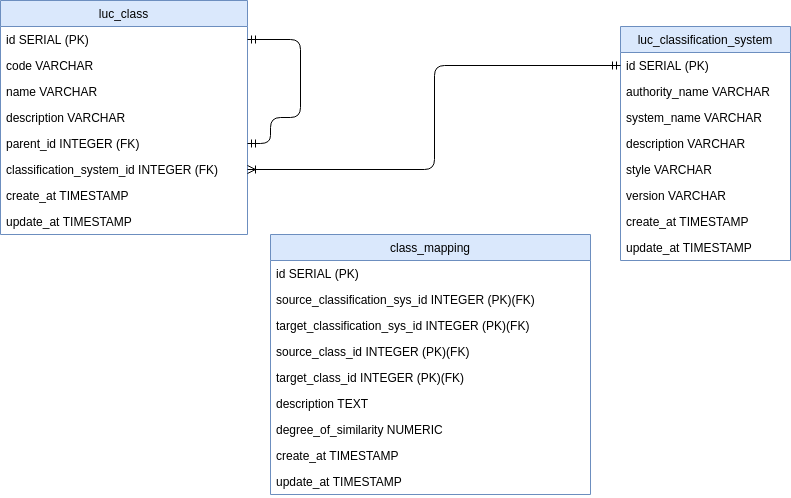
The draw.io diagram doc/spec/lccs_database.png in brazil-data-cube/lccs-db, before a commit. Source tidied: cells renumbered, new cells last; positions are measured from the earlier drawing's top-left corner, leaving out a move shared by most shapes.
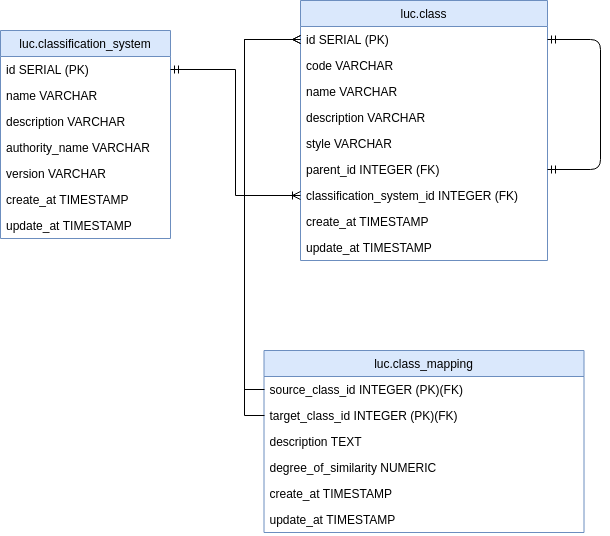
Later version of the same file.

The edit, as a diff of the source:
```diff
@@ -2,102 +2,97 @@
   <root>
     <mxCell id="0" />
     <mxCell id="1" parent="0" />
-    <mxCell id="2" value="luc_classification_system" style="swimlane;fontStyle=0;horizontal=1;startSize=26;fillColor=#dae8fc;labelBackgroundColor=none;strokeColor=#6c8ebf;" parent="1" vertex="1">
-      <mxGeometry x="620" y="26" width="170" height="234" as="geometry" />
-    </mxCell>
+    <mxCell id="32" value="luc.classification_system" style="swimlane;fontStyle=0;horizontal=1;startSize=26;fillColor=#dae8fc;labelBackgroundColor=none;strokeColor=#6c8ebf;" parent="1" vertex="1">
+      <mxGeometry x="-10" y="20" width="170" height="208" as="geometry" />
+    </mxCell>
-    <mxCell id="3" value="id SERIAL (PK)" style="text;strokeColor=none;fillColor=none;align=left;verticalAlign=top;spacingLeft=4;spacingRight=4;overflow=hidden;points=[[0,0.5],[1,0.5]];portConstraint=eastwest;" parent="2" vertex="1">
+    <mxCell id="3" value="id SERIAL (PK)" style="text;strokeColor=none;fillColor=none;align=left;verticalAlign=top;spacingLeft=4;spacingRight=4;overflow=hidden;points=[[0,0.5],[1,0.5]];portConstraint=eastwest;" parent="32" vertex="1">
       <mxGeometry y="26" width="170" height="26" as="geometry" />
     </mxCell>
+    <mxCell id="33" value="name VARCHAR&#10;" style="text;strokeColor=none;fillColor=none;align=left;verticalAlign=top;spacingLeft=4;spacingRight=4;overflow=hidden;" parent="32" vertex="1">
+      <mxGeometry y="52" width="170" height="26" as="geometry" />
+    </mxCell>
+    <mxCell id="6" value="description VARCHAR&#10;" style="text;strokeColor=none;fillColor=none;align=left;verticalAlign=top;spacingLeft=4;spacingRight=4;overflow=hidden;" parent="32" vertex="1">
+      <mxGeometry y="78" width="170" height="26" as="geometry" />
+    </mxCell>
-    <mxCell id="4" value="authority_name VARCHAR" style="text;strokeColor=none;fillColor=none;align=left;verticalAlign=top;spacingLeft=4;spacingRight=4;overflow=hidden;" parent="2" vertex="1">
-      <mxGeometry y="52" width="170" height="26" as="geometry" />
+    <mxCell id="4" value="authority_name VARCHAR" style="text;strokeColor=none;fillColor=none;align=left;verticalAlign=top;spacingLeft=4;spacingRight=4;overflow=hidden;" parent="32" vertex="1">
+      <mxGeometry y="104" width="170" height="26" as="geometry" />
     </mxCell>
-    <mxCell id="5" value="system_name VARCHAR&#10;" style="text;strokeColor=none;fillColor=none;align=left;verticalAlign=top;spacingLeft=4;spacingRight=4;overflow=hidden;" parent="2" vertex="1">
-      <mxGeometry y="78" width="170" height="26" as="geometry" />
-    </mxCell>
-    <mxCell id="6" value="description VARCHAR&#10;" style="text;strokeColor=none;fillColor=none;align=left;verticalAlign=top;spacingLeft=4;spacingRight=4;overflow=hidden;" parent="2" vertex="1">
-      <mxGeometry y="104" width="170" height="26" as="geometry" />
-    </mxCell>
-    <mxCell id="7" value="style VARCHAR&#10;" style="text;strokeColor=none;fillColor=none;align=left;verticalAlign=top;spacingLeft=4;spacingRight=4;overflow=hidden;" parent="2" vertex="1">
-      <mxGeometry y="130" width="170" height="26" as="geometry" />
-    </mxCell>
-    <mxCell id="8" value="version VARCHAR&#10;" style="text;strokeColor=none;fillColor=none;align=left;verticalAlign=top;spacingLeft=4;spacingRight=4;overflow=hidden;" parent="2" vertex="1">
-      <mxGeometry y="156" width="170" height="26" as="geometry" />
+    <mxCell id="8" value="version VARCHAR&#10;" style="text;strokeColor=none;fillColor=none;align=left;verticalAlign=top;spacingLeft=4;spacingRight=4;overflow=hidden;" parent="32" vertex="1">
+      <mxGeometry y="130" width="170" height="26" as="geometry" />
     </mxCell>
-    <mxCell id="9" value="create_at TIMESTAMP&#10;" style="text;strokeColor=none;fillColor=none;align=left;verticalAlign=top;spacingLeft=4;spacingRight=4;overflow=hidden;" parent="2" vertex="1">
-      <mxGeometry y="182" width="170" height="26" as="geometry" />
-    </mxCell>
-    <mxCell id="10" value="update_at TIMESTAMP&#10;" style="text;strokeColor=none;fillColor=none;align=left;verticalAlign=top;spacingLeft=4;spacingRight=4;overflow=hidden;" parent="2" vertex="1">
-      <mxGeometry y="208" width="170" height="26" as="geometry" />
-    </mxCell>
-    <mxCell id="11" value="luc_class" style="swimlane;fontStyle=0;horizontal=1;startSize=26;fillColor=#dae8fc;labelBackgroundColor=none;strokeColor=#6c8ebf;" parent="1" vertex="1">
-      <mxGeometry width="247" height="234" as="geometry" />
-    </mxCell>
+    <mxCell id="34" value="create_at TIMESTAMP&#10;" style="text;strokeColor=none;fillColor=none;align=left;verticalAlign=top;spacingLeft=4;spacingRight=4;overflow=hidden;" parent="32" vertex="1">
+      <mxGeometry y="156" width="170" height="26" as="geometry" />
+    </mxCell>
+    <mxCell id="35" value="update_at TIMESTAMP&#10;" style="text;strokeColor=none;fillColor=none;align=left;verticalAlign=top;spacingLeft=4;spacingRight=4;overflow=hidden;" parent="32" vertex="1">
+      <mxGeometry y="182" width="170" height="26" as="geometry" />
+    </mxCell>
+    <mxCell id="36" value="luc.class" style="swimlane;fontStyle=0;horizontal=1;startSize=26;fillColor=#dae8fc;labelBackgroundColor=none;strokeColor=#6c8ebf;" parent="1" vertex="1">
+      <mxGeometry x="290" y="-10" width="247" height="260" as="geometry" />
+    </mxCell>
-    <mxCell id="12" value="id SERIAL (PK)" style="text;strokeColor=none;fillColor=none;align=left;verticalAlign=top;spacingLeft=4;spacingRight=4;overflow=hidden;points=[[0,0.5],[1,0.5]];portConstraint=eastwest;" parent="11" vertex="1">
+    <mxCell id="12" value="id SERIAL (PK)" style="text;strokeColor=none;fillColor=none;align=left;verticalAlign=top;spacingLeft=4;spacingRight=4;overflow=hidden;points=[[0,0.5],[1,0.5]];portConstraint=eastwest;" parent="36" vertex="1">
       <mxGeometry y="26" width="247" height="26" as="geometry" />
     </mxCell>
-    <mxCell id="13" value="code VARCHAR&#10;" style="text;strokeColor=none;fillColor=none;align=left;verticalAlign=top;spacingLeft=4;spacingRight=4;overflow=hidden;" parent="11" vertex="1">
+    <mxCell id="13" value="code VARCHAR&#10;" style="text;strokeColor=none;fillColor=none;align=left;verticalAlign=top;spacingLeft=4;spacingRight=4;overflow=hidden;" parent="36" vertex="1">
       <mxGeometry y="52" width="247" height="26" as="geometry" />
     </mxCell>
-    <mxCell id="14" value="name VARCHAR" style="text;strokeColor=none;fillColor=none;align=left;verticalAlign=top;spacingLeft=4;spacingRight=4;overflow=hidden;" parent="11" vertex="1">
+    <mxCell id="14" value="name VARCHAR" style="text;strokeColor=none;fillColor=none;align=left;verticalAlign=top;spacingLeft=4;spacingRight=4;overflow=hidden;" parent="36" vertex="1">
       <mxGeometry y="78" width="247" height="26" as="geometry" />
     </mxCell>
-    <mxCell id="15" value="description VARCHAR&#10;" style="text;strokeColor=none;fillColor=none;align=left;verticalAlign=top;spacingLeft=4;spacingRight=4;overflow=hidden;" parent="11" vertex="1">
+    <mxCell id="15" value="description VARCHAR&#10;" style="text;strokeColor=none;fillColor=none;align=left;verticalAlign=top;spacingLeft=4;spacingRight=4;overflow=hidden;" parent="36" vertex="1">
       <mxGeometry y="104" width="247" height="26" as="geometry" />
     </mxCell>
+    <mxCell id="7" value="style VARCHAR&#10;" style="text;strokeColor=none;fillColor=none;align=left;verticalAlign=top;spacingLeft=4;spacingRight=4;overflow=hidden;" parent="36" vertex="1">
+      <mxGeometry y="130" width="247" height="26" as="geometry" />
+    </mxCell>
-    <mxCell id="16" value="parent_id INTEGER (FK)&#10;" style="text;strokeColor=none;fillColor=none;align=left;verticalAlign=top;spacingLeft=4;spacingRight=4;overflow=hidden;points=[[0,0.5],[1,0.5]];portConstraint=eastwest;" parent="11" vertex="1">
-      <mxGeometry y="130" width="247" height="26" as="geometry" />
+    <mxCell id="16" value="parent_id INTEGER (FK)&#10;" style="text;strokeColor=none;fillColor=none;align=left;verticalAlign=top;spacingLeft=4;spacingRight=4;overflow=hidden;points=[[0,0.5],[1,0.5]];portConstraint=eastwest;" parent="36" vertex="1">
+      <mxGeometry y="156" width="247" height="26" as="geometry" />
     </mxCell>
-    <mxCell id="17" value="classification_system_id INTEGER (FK)&#10;" style="text;strokeColor=none;fillColor=none;align=left;verticalAlign=top;spacingLeft=4;spacingRight=4;overflow=hidden;points=[[0,0.5],[1,0.5]];portConstraint=eastwest;" parent="11" vertex="1">
-      <mxGeometry y="156" width="247" height="26" as="geometry" />
+    <mxCell id="17" value="classification_system_id INTEGER (FK)&#10;" style="text;strokeColor=none;fillColor=none;align=left;verticalAlign=top;spacingLeft=4;spacingRight=4;overflow=hidden;points=[[0,0.5],[1,0.5]];portConstraint=eastwest;" parent="36" vertex="1">
+      <mxGeometry y="182" width="247" height="26" as="geometry" />
     </mxCell>
-    <mxCell id="18" style="edgeStyle=orthogonalEdgeStyle;fontSize=12;html=1;endArrow=ERmandOne;startArrow=ERmandOne;entryX=1;entryY=0.5;entryDx=0;entryDy=0;exitX=1;exitY=0.5;exitDx=0;exitDy=0;" parent="11" edge="1" source="12" target="16">
+    <mxCell id="18" style="edgeStyle=orthogonalEdgeStyle;fontSize=12;html=1;endArrow=ERmandOne;startArrow=ERmandOne;entryX=1;entryY=0.5;entryDx=0;entryDy=0;exitX=1;exitY=0.5;exitDx=0;exitDy=0;" parent="36" edge="1" source="12" target="16">
       <mxGeometry relative="1" as="geometry">
         <Array as="points">
           <mxPoint x="300" y="39" />
-          <mxPoint x="300" y="117" />
-          <mxPoint x="270" y="117" />
-          <mxPoint x="270" y="143" />
+          <mxPoint x="300" y="169" />
         </Array>
       </mxGeometry>
     </mxCell>
-    <mxCell id="19" value="create_at TIMESTAMP&#10;" style="text;strokeColor=none;fillColor=none;align=left;verticalAlign=top;spacingLeft=4;spacingRight=4;overflow=hidden;" parent="11" vertex="1">
-      <mxGeometry y="182" width="247" height="26" as="geometry" />
-    </mxCell>
-    <mxCell id="20" value="update_at TIMESTAMP&#10;" style="text;strokeColor=none;fillColor=none;align=left;verticalAlign=top;spacingLeft=4;spacingRight=4;overflow=hidden;" parent="11" vertex="1">
-      <mxGeometry y="208" width="247" height="26" as="geometry" />
-    </mxCell>
-    <mxCell id="21" value="class_mapping" style="swimlane;fontStyle=0;horizontal=1;startSize=26;fillColor=#dae8fc;labelBackgroundColor=none;strokeColor=#6c8ebf;" parent="1" vertex="1">
-      <mxGeometry x="270" y="234" width="320" height="260" as="geometry" />
-    </mxCell>
-    <mxCell id="22" value="id SERIAL (PK)" style="text;strokeColor=none;fillColor=none;align=left;verticalAlign=top;spacingLeft=4;spacingRight=4;overflow=hidden;" parent="21" vertex="1">
-      <mxGeometry y="26" width="320" height="26" as="geometry" />
-    </mxCell>
-    <mxCell id="23" value="source_classification_sys_id INTEGER (PK)(FK)" style="text;strokeColor=none;fillColor=none;align=left;verticalAlign=top;spacingLeft=4;spacingRight=4;overflow=hidden;" parent="21" vertex="1">
-      <mxGeometry y="52" width="320" height="26" as="geometry" />
-    </mxCell>
-    <mxCell id="24" value="target_classification_sys_id INTEGER (PK)(FK)" style="text;strokeColor=none;fillColor=none;align=left;verticalAlign=top;spacingLeft=4;spacingRight=4;overflow=hidden;" parent="21" vertex="1">
-      <mxGeometry y="78" width="320" height="26" as="geometry" />
-    </mxCell>
+    <mxCell id="37" value="create_at TIMESTAMP&#10;" style="text;strokeColor=none;fillColor=none;align=left;verticalAlign=top;spacingLeft=4;spacingRight=4;overflow=hidden;" parent="36" vertex="1">
+      <mxGeometry y="208" width="247" height="26" as="geometry" />
+    </mxCell>
+    <mxCell id="38" value="update_at TIMESTAMP&#10;" style="text;strokeColor=none;fillColor=none;align=left;verticalAlign=top;spacingLeft=4;spacingRight=4;overflow=hidden;" parent="36" vertex="1">
+      <mxGeometry y="234" width="247" height="26" as="geometry" />
+    </mxCell>
+    <mxCell id="39" value="luc.class_mapping" style="swimlane;fontStyle=0;horizontal=1;startSize=26;fillColor=#dae8fc;labelBackgroundColor=none;strokeColor=#6c8ebf;" parent="1" vertex="1">
+      <mxGeometry x="253.5" y="340" width="320" height="182" as="geometry" />
+    </mxCell>
-    <mxCell id="25" value="source_class_id INTEGER (PK)(FK)" style="text;strokeColor=none;fillColor=none;align=left;verticalAlign=top;spacingLeft=4;spacingRight=4;overflow=hidden;points=[[0,0.5],[1,0.5]];portConstraint=eastwest;" parent="21" vertex="1">
-      <mxGeometry y="104" width="320" height="26" as="geometry" />
+    <mxCell id="25" value="source_class_id INTEGER (PK)(FK)" style="text;strokeColor=none;fillColor=none;align=left;verticalAlign=top;spacingLeft=4;spacingRight=4;overflow=hidden;points=[[0,0.5],[1,0.5]];portConstraint=eastwest;" parent="39" vertex="1">
+      <mxGeometry y="26" width="320" height="26" as="geometry" />
     </mxCell>
-    <mxCell id="26" value="target_class_id INTEGER (PK)(FK)" style="text;strokeColor=none;fillColor=none;align=left;verticalAlign=top;spacingLeft=4;spacingRight=4;overflow=hidden;points=[[0,0.5],[1,0.5]];portConstraint=eastwest;" parent="21" vertex="1">
-      <mxGeometry y="130" width="320" height="26" as="geometry" />
+    <mxCell id="26" value="target_class_id INTEGER (PK)(FK)" style="text;strokeColor=none;fillColor=none;align=left;verticalAlign=top;spacingLeft=4;spacingRight=4;overflow=hidden;points=[[0,0.5],[1,0.5]];portConstraint=eastwest;" parent="39" vertex="1">
+      <mxGeometry y="52" width="320" height="26" as="geometry" />
     </mxCell>
-    <mxCell id="27" value="description TEXT&#10;" style="text;strokeColor=none;fillColor=none;align=left;verticalAlign=top;spacingLeft=4;spacingRight=4;overflow=hidden;" parent="21" vertex="1">
-      <mxGeometry y="156" width="320" height="26" as="geometry" />
+    <mxCell id="27" value="description TEXT&#10;" style="text;strokeColor=none;fillColor=none;align=left;verticalAlign=top;spacingLeft=4;spacingRight=4;overflow=hidden;" parent="39" vertex="1">
+      <mxGeometry y="78" width="320" height="26" as="geometry" />
     </mxCell>
-    <mxCell id="28" value="degree_of_similarity NUMERIC&#10;" style="text;strokeColor=none;fillColor=none;align=left;verticalAlign=top;spacingLeft=4;spacingRight=4;overflow=hidden;" parent="21" vertex="1">
-      <mxGeometry y="182" width="320" height="26" as="geometry" />
+    <mxCell id="28" value="degree_of_similarity NUMERIC&#10;" style="text;strokeColor=none;fillColor=none;align=left;verticalAlign=top;spacingLeft=4;spacingRight=4;overflow=hidden;" parent="39" vertex="1">
+      <mxGeometry y="104" width="320" height="26" as="geometry" />
     </mxCell>
-    <mxCell id="29" value="create_at TIMESTAMP&#10;" style="text;strokeColor=none;fillColor=none;align=left;verticalAlign=top;spacingLeft=4;spacingRight=4;overflow=hidden;" parent="21" vertex="1">
-      <mxGeometry y="208" width="320" height="26" as="geometry" />
-    </mxCell>
-    <mxCell id="30" value="update_at TIMESTAMP&#10;" style="text;strokeColor=none;fillColor=none;align=left;verticalAlign=top;spacingLeft=4;spacingRight=4;overflow=hidden;" parent="21" vertex="1">
-      <mxGeometry y="234" width="320" height="26" as="geometry" />
-    </mxCell>
+    <mxCell id="40" value="create_at TIMESTAMP&#10;" style="text;strokeColor=none;fillColor=none;align=left;verticalAlign=top;spacingLeft=4;spacingRight=4;overflow=hidden;" parent="39" vertex="1">
+      <mxGeometry y="130" width="320" height="26" as="geometry" />
+    </mxCell>
+    <mxCell id="41" value="update_at TIMESTAMP&#10;" style="text;strokeColor=none;fillColor=none;align=left;verticalAlign=top;spacingLeft=4;spacingRight=4;overflow=hidden;" parent="39" vertex="1">
+      <mxGeometry y="156" width="320" height="26" as="geometry" />
+    </mxCell>
-    <mxCell id="31" style="edgeStyle=orthogonalEdgeStyle;fontSize=12;html=1;endArrow=ERoneToMany;entryX=1;entryY=0.5;entryDx=0;entryDy=0;exitX=0;exitY=0.5;exitDx=0;exitDy=0;startArrow=ERmandOne;startFill=0;" parent="1" edge="1" source="3" target="17">
+    <mxCell id="31" style="edgeStyle=orthogonalEdgeStyle;rounded=0;jettySize=auto;html=1;exitX=1;exitY=0.5;exitDx=0;exitDy=0;entryX=0;entryY=0.5;entryDx=0;entryDy=0;endArrow=ERoneToMany;endFill=0;startArrow=ERmandOne;startFill=0;" parent="1" edge="1" source="3" target="17">
       <mxGeometry relative="1" as="geometry" />
     </mxCell>
+    <mxCell id="42" style="edgeStyle=orthogonalEdgeStyle;rounded=0;jettySize=auto;html=1;exitX=0;exitY=0.5;exitDx=0;exitDy=0;entryX=0;entryY=0.5;entryDx=0;entryDy=0;startArrow=none;startFill=0;endArrow=ERmany;endFill=0;" parent="1" edge="1" source="25" target="12">
+      <mxGeometry relative="1" as="geometry" />
+    </mxCell>
+    <mxCell id="43" style="edgeStyle=orthogonalEdgeStyle;rounded=0;jettySize=auto;html=1;exitX=0;exitY=0.5;exitDx=0;exitDy=0;entryX=0;entryY=0.5;entryDx=0;entryDy=0;startArrow=none;startFill=0;endArrow=ERmany;endFill=0;" parent="1" edge="1" source="26" target="12">
+      <mxGeometry relative="1" as="geometry" />
+    </mxCell>
   </root>
 </mxGraphModel>
```
